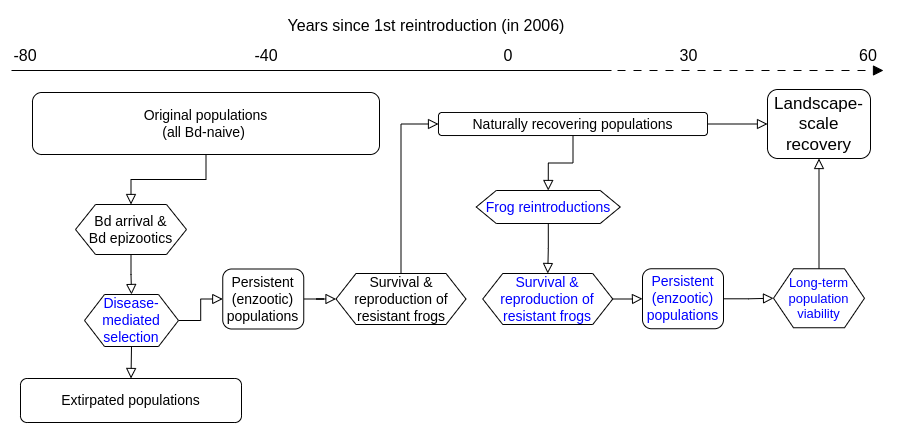
SNARL1/translocation keeps this draw.io diagram as doc/manuscript/figures/conceptual_model.png. Above is the earlier version. Source tidied: cells renumbered, new cells last; positions are measured from the earlier drawing's top-left corner, leaving out a move shared by most shapes.
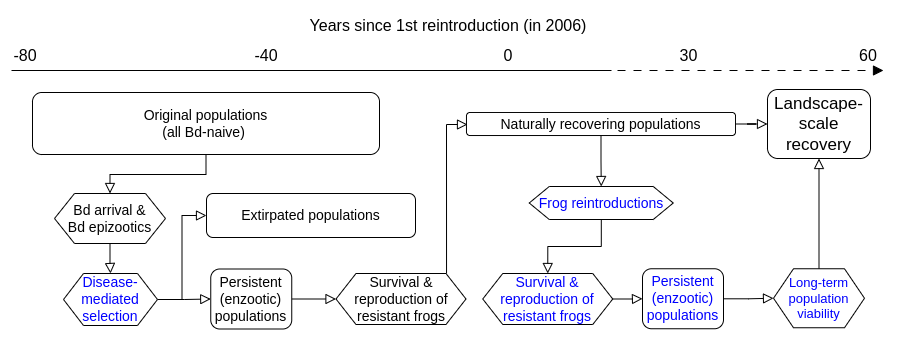
After the change.

Commit message:
Minor edits to manuscript, figures, and latex files

The edit, as a diff of the source:
```diff
@@ -24,7 +24,7 @@
       <mxGeometry x="483" y="30" width="30" height="30" as="geometry" />
     </mxCell>
     <mxCell id="8" value="&lt;font style=&quot;font-size: 16px;&quot;&gt;Years since 1st reintroduction (in 2006)&lt;/font&gt;" style="text;html=1;strokeColor=none;fillColor=none;align=center;verticalAlign=middle;whiteSpace=wrap;rounded=0;fontSize=14;" parent="1" vertex="1">
-      <mxGeometry x="271" width="290" height="30" as="geometry" />
+      <mxGeometry x="293" width="290" height="30" as="geometry" />
     </mxCell>
     <mxCell id="9" value="&lt;font style=&quot;font-size: 16px;&quot;&gt;30&lt;/font&gt;" style="text;html=1;align=center;verticalAlign=middle;strokeColor=none;fillColor=none;fontSize=14;" parent="1" vertex="1">
       <mxGeometry x="658" y="30" width="40" height="30" as="geometry" />
@@ -39,7 +39,7 @@
       </mxGeometry>
     </mxCell>
     <mxCell id="12" value="&lt;font style=&quot;font-size: 14px;&quot;&gt;Extirpated populations&lt;/font&gt;" style="rounded=1;whiteSpace=wrap;html=1;" parent="1" vertex="1">
-      <mxGeometry x="10" y="368" width="221" height="44" as="geometry" />
+      <mxGeometry x="196" y="183" width="209" height="44" as="geometry" />
     </mxCell>
     <mxCell id="13" style="edgeStyle=orthogonalEdgeStyle;rounded=0;jettySize=auto;html=1;entryX=0.5;entryY=0;entryDx=0;entryDy=0;startArrow=none;startFill=0;endArrow=block;endFill=0;endSize=8;sourcePerimeterSpacing=0;targetPerimeterSpacing=0;" parent="1" edge="1" source="15" target="24">
       <mxGeometry relative="1" as="geometry" />
@@ -48,25 +48,31 @@
       <mxGeometry relative="1" as="geometry" />
     </mxCell>
     <mxCell id="15" value="&lt;font style=&quot;font-size: 14px;&quot;&gt;Naturally recovering populations&lt;/font&gt;" style="rounded=1;whiteSpace=wrap;html=1;" parent="1" vertex="1">
-      <mxGeometry x="428" y="102" width="269" height="23" as="geometry" />
+      <mxGeometry x="456" y="102" width="269" height="23" as="geometry" />
     </mxCell>
     <mxCell id="16" style="edgeStyle=orthogonalEdgeStyle;rounded=0;jettySize=auto;html=1;entryX=0.5;entryY=0;entryDx=0;entryDy=0;endArrow=block;endFill=0;endSize=8;" parent="1" edge="1" source="17" target="20">
       <mxGeometry relative="1" as="geometry" />
     </mxCell>
     <mxCell id="17" value="&lt;font style=&quot;font-size: 14px;&quot;&gt;Bd arrival &amp;amp;&lt;br&gt;Bd epizootics&lt;/font&gt;" style="shape=hexagon;perimeter=hexagonPerimeter2;whiteSpace=wrap;html=1;fixedSize=1;" parent="1" vertex="1">
-      <mxGeometry x="65" y="194" width="111" height="50" as="geometry" />
+      <mxGeometry x="44" y="183" width="111" height="50" as="geometry" />
     </mxCell>
     <mxCell id="18" style="edgeStyle=orthogonalEdgeStyle;rounded=0;jettySize=auto;html=1;startArrow=none;startFill=0;endArrow=block;endFill=0;endSize=8;sourcePerimeterSpacing=0;targetPerimeterSpacing=0;exitX=1;exitY=0.5;exitDx=0;exitDy=0;" parent="1" edge="1" source="20" target="28">
       <mxGeometry relative="1" as="geometry" />
     </mxCell>
-    <mxCell id="19" style="edgeStyle=orthogonalEdgeStyle;rounded=0;jettySize=auto;html=1;entryX=0.5;entryY=0;entryDx=0;entryDy=0;startArrow=none;startFill=0;endArrow=block;endFill=0;endSize=8;sourcePerimeterSpacing=0;targetPerimeterSpacing=0;exitX=0.5;exitY=1;exitDx=0;exitDy=0;" parent="1" edge="1" source="20" target="12">
+    <mxCell id="19" style="edgeStyle=orthogonalEdgeStyle;rounded=0;jettySize=auto;html=1;entryX=0;entryY=0.5;entryDx=0;entryDy=0;endArrow=block;endFill=0;endSize=8;" parent="1" edge="1" source="20" target="12">
       <mxGeometry relative="1" as="geometry" />
     </mxCell>
     <mxCell id="20" value="&lt;font style=&quot;font-size: 14px;&quot; color=&quot;#0000ff&quot;&gt;Disease-mediated selection&lt;/font&gt;" style="shape=hexagon;perimeter=hexagonPerimeter2;whiteSpace=wrap;html=1;fixedSize=1;" parent="1" vertex="1">
-      <mxGeometry x="74" y="284" width="94" height="52" as="geometry" />
+      <mxGeometry x="53" y="263" width="94" height="52" as="geometry" />
     </mxCell>
-    <mxCell id="21" style="edgeStyle=orthogonalEdgeStyle;rounded=0;jettySize=auto;html=1;entryX=0;entryY=0.5;entryDx=0;entryDy=0;startArrow=none;startFill=0;endArrow=block;endFill=0;endSize=8;sourcePerimeterSpacing=0;targetPerimeterSpacing=0;" parent="1" edge="1" source="22" target="15">
-      <mxGeometry relative="1" as="geometry" />
+    <mxCell id="21" style="edgeStyle=orthogonalEdgeStyle;rounded=0;orthogonalLoop=1;jettySize=auto;html=1;endArrow=block;endFill=0;endSize=8;exitX=0.858;exitY=0;exitDx=0;exitDy=0;exitPerimeter=0;" parent="1" edge="1">
+      <mxGeometry relative="1" as="geometry">
+        <mxPoint x="436" y="263" as="sourcePoint" />
+        <mxPoint x="457" y="114" as="targetPoint" />
+        <Array as="points">
+          <mxPoint x="436" y="114" />
+        </Array>
+      </mxGeometry>
     </mxCell>
     <mxCell id="22" value="Survival &amp;amp; reproduction of resistant frogs" style="shape=hexagon;perimeter=hexagonPerimeter2;whiteSpace=wrap;html=1;fixedSize=1;fontSize=14;" parent="1" vertex="1">
       <mxGeometry x="325.5" y="263" width="130" height="51" as="geometry" />
@@ -75,7 +81,7 @@
       <mxGeometry relative="1" as="geometry" />
     </mxCell>
     <mxCell id="24" value="&lt;font style=&quot;font-size: 14px;&quot; color=&quot;#0000ff&quot;&gt;Frog reintroductions&lt;/font&gt;" style="shape=hexagon;perimeter=hexagonPerimeter2;whiteSpace=wrap;html=1;fixedSize=1;" parent="1" vertex="1">
-      <mxGeometry x="465.8" y="180" width="144" height="33" as="geometry" />
+      <mxGeometry x="518.8" y="176" width="144" height="33" as="geometry" />
     </mxCell>
     <mxCell id="25" style="edgeStyle=orthogonalEdgeStyle;rounded=0;jettySize=auto;html=1;entryX=0;entryY=0.5;entryDx=0;entryDy=0;fontColor=#0000FF;startArrow=none;startFill=0;endArrow=block;endFill=0;endSize=8;sourcePerimeterSpacing=0;targetPerimeterSpacing=0;" parent="1" edge="1" source="26" target="30">
       <mxGeometry relative="1" as="geometry" />
@@ -83,11 +89,11 @@
     <mxCell id="26" value="&lt;font style=&quot;font-size: 14px;&quot; color=&quot;#0000ff&quot;&gt;Survival &amp;amp; reproduction of resistant frogs&lt;/font&gt;" style="shape=hexagon;perimeter=hexagonPerimeter2;whiteSpace=wrap;html=1;fixedSize=1;" parent="1" vertex="1">
       <mxGeometry x="472.2" y="263" width="130" height="51" as="geometry" />
     </mxCell>
-    <mxCell id="27" style="edgeStyle=orthogonalEdgeStyle;rounded=0;jettySize=auto;html=1;entryX=0;entryY=0.5;entryDx=0;entryDy=0;fontColor=#0000FF;startArrow=none;startFill=0;endArrow=block;endFill=0;endSize=8;sourcePerimeterSpacing=0;targetPerimeterSpacing=0;" parent="1" edge="1" source="28" target="22">
+    <mxCell id="27" style="edgeStyle=orthogonalEdgeStyle;rounded=0;jettySize=auto;html=1;endSize=8;endArrow=block;endFill=0;" parent="1" edge="1" source="28" target="22">
       <mxGeometry relative="1" as="geometry" />
     </mxCell>
     <mxCell id="28" value="&lt;font style=&quot;font-size: 14px;&quot;&gt;Persistent (enzootic) populations&lt;/font&gt;" style="rounded=1;whiteSpace=wrap;html=1;" parent="1" vertex="1">
-      <mxGeometry x="212.2" y="258.5" width="81" height="60" as="geometry" />
+      <mxGeometry x="200.2" y="258.5" width="81" height="60" as="geometry" />
     </mxCell>
     <mxCell id="29" style="edgeStyle=orthogonalEdgeStyle;rounded=0;jettySize=auto;html=1;entryX=0;entryY=0.5;entryDx=0;entryDy=0;fontColor=#0000FF;startArrow=none;startFill=0;endArrow=block;endFill=0;endSize=8;sourcePerimeterSpacing=0;targetPerimeterSpacing=0;" parent="1" edge="1" source="30" target="32">
       <mxGeometry relative="1" as="geometry" />
```
